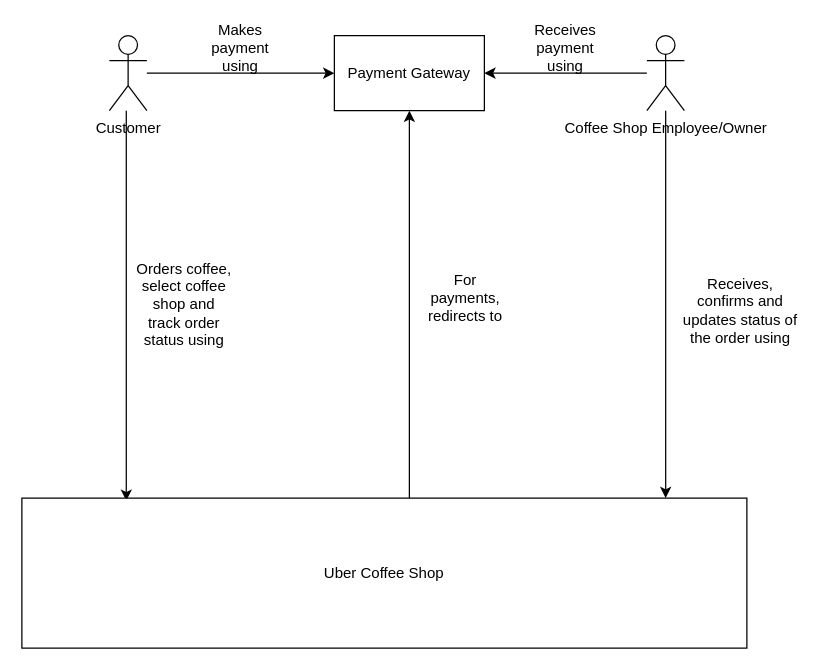
The draw.io diagram ContextDiagram.drawio in dinesh-i/uber-coffee-shops, before the edit. Source tidied: cells renumbered, new cells numbered last; positions are measured from the earlier drawing's top-left corner, leaving out a move shared by most shapes. Both pictures are drawn from the tidied source at 125%, with x=0, y=0 at pixel (21, 22).
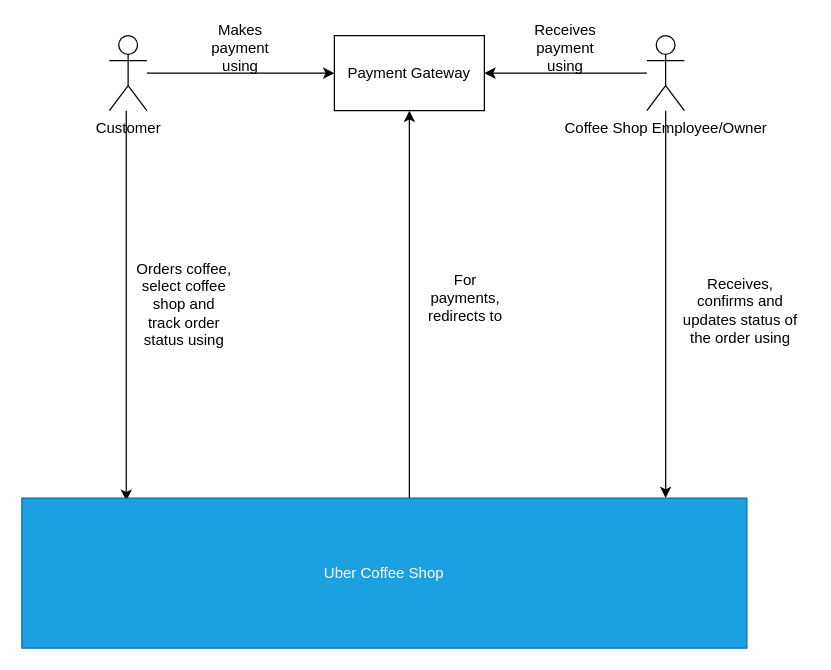
Above is the later version.

Diff of the diagram source:
```diff
@@
 <mxGraphModel>
   <root>
     <mxCell id="0" />
     <mxCell id="1" parent="0" />
     <mxCell id="2" style="edgeStyle=orthogonalEdgeStyle;rounded=0;jettySize=auto;html=1;entryX=0.144;entryY=0.017;entryDx=0;entryDy=0;entryPerimeter=0;" parent="1" edge="1" source="4" target="9">
       <mxGeometry relative="1" as="geometry">
         <Array as="points">
           <mxPoint x="84" y="40" />
         </Array>
       </mxGeometry>
     </mxCell>
     <mxCell id="3" style="edgeStyle=orthogonalEdgeStyle;rounded=0;jettySize=auto;html=1;" parent="1" edge="1" source="4">
       <mxGeometry relative="1" as="geometry">
         <mxPoint x="250" y="40" as="targetPoint" />
       </mxGeometry>
     </mxCell>
     <mxCell id="4" value="Customer" style="shape=umlActor;verticalLabelPosition=bottom;verticalAlign=top;html=1;outlineConnect=0;" parent="1" vertex="1">
       <mxGeometry x="70" y="10" width="30" height="60" as="geometry" />
     </mxCell>
     <mxCell id="5" style="edgeStyle=orthogonalEdgeStyle;rounded=0;jettySize=auto;html=1;entryX=1;entryY=0.5;entryDx=0;entryDy=0;" parent="1" edge="1" source="7" target="10">
       <mxGeometry relative="1" as="geometry" />
     </mxCell>
     <mxCell id="6" style="edgeStyle=orthogonalEdgeStyle;rounded=0;jettySize=auto;html=1;entryX=0.888;entryY=0;entryDx=0;entryDy=0;entryPerimeter=0;" parent="1" edge="1" source="7" target="9">
       <mxGeometry relative="1" as="geometry" />
     </mxCell>
     <mxCell id="7" value="Coffee Shop Employee/Owner" style="shape=umlActor;verticalLabelPosition=bottom;verticalAlign=top;html=1;outlineConnect=0;" parent="1" vertex="1">
       <mxGeometry x="500" y="10" width="30" height="60" as="geometry" />
     </mxCell>
     <mxCell id="8" style="edgeStyle=orthogonalEdgeStyle;rounded=0;jettySize=auto;html=1;entryX=0.5;entryY=1;entryDx=0;entryDy=0;" parent="1" edge="1" source="9" target="10">
       <mxGeometry relative="1" as="geometry">
         <Array as="points">
           <mxPoint x="310" y="300" />
           <mxPoint x="310" y="300" />
         </Array>
       </mxGeometry>
     </mxCell>
-    <mxCell id="9" value="Uber Coffee Shop" style="rounded=0;whiteSpace=wrap;html=1;" parent="1" vertex="1">
+    <mxCell id="9" value="Uber Coffee Shop" style="rounded=0;whiteSpace=wrap;html=1;fillColor=#1ba1e2;strokeColor=#006EAF;fontColor=#ffffff;" parent="1" vertex="1">
       <mxGeometry y="380" width="580" height="120" as="geometry" />
     </mxCell>
     <mxCell id="10" value="Payment Gateway" style="rounded=0;whiteSpace=wrap;html=1;" parent="1" vertex="1">
       <mxGeometry x="250" y="10" width="120" height="60" as="geometry" />
     </mxCell>
     <mxCell id="11" value="Orders coffee, select coffee shop and track order status using" style="text;html=1;strokeColor=none;fillColor=none;align=center;verticalAlign=middle;whiteSpace=wrap;rounded=0;" parent="1" vertex="1">
       <mxGeometry x="90" y="190" width="80" height="70" as="geometry" />
     </mxCell>
     <mxCell id="12" value="Makes payment using" style="text;html=1;strokeColor=none;fillColor=none;align=center;verticalAlign=middle;whiteSpace=wrap;rounded=0;" parent="1" vertex="1">
       <mxGeometry x="150" width="50" height="40" as="geometry" />
     </mxCell>
     <mxCell id="13" value="Receives payment using" style="text;html=1;strokeColor=none;fillColor=none;align=center;verticalAlign=middle;whiteSpace=wrap;rounded=0;" parent="1" vertex="1">
       <mxGeometry x="410" width="50" height="40" as="geometry" />
     </mxCell>
     <mxCell id="14" value="Receives,&lt;br&gt;confirms and updates status of the order using" style="text;html=1;strokeColor=none;fillColor=none;align=center;verticalAlign=middle;whiteSpace=wrap;rounded=0;" parent="1" vertex="1">
       <mxGeometry x="520" y="210" width="110" height="40" as="geometry" />
     </mxCell>
     <mxCell id="15" value="For payments, redirects to" style="text;html=1;strokeColor=none;fillColor=none;align=center;verticalAlign=middle;whiteSpace=wrap;rounded=0;" parent="1" vertex="1">
       <mxGeometry x="320" y="200" width="70" height="40" as="geometry" />
     </mxCell>
   </root>
 </mxGraphModel>
```
